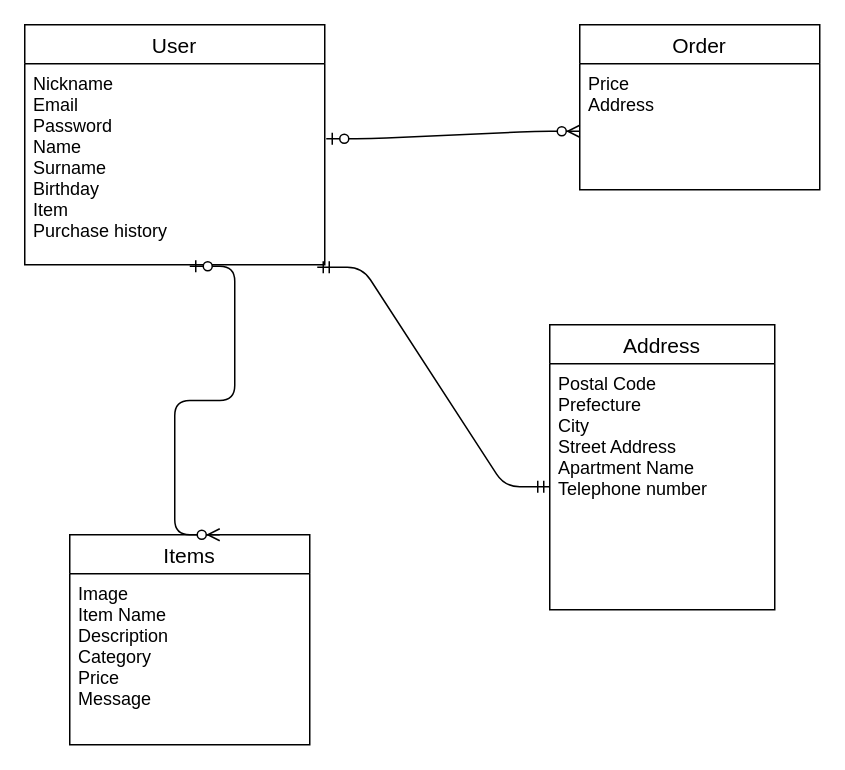
The draw.io diagram test.dio in Kenn1476/furima-39704, before the edit. Source tidied: cells renumbered, new cells numbered last; positions are measured from the earlier drawing's top-left corner, leaving out a move shared by most shapes. Both pictures are drawn from the tidied source at 150%, with x=0, y=0 at pixel (24, 24).
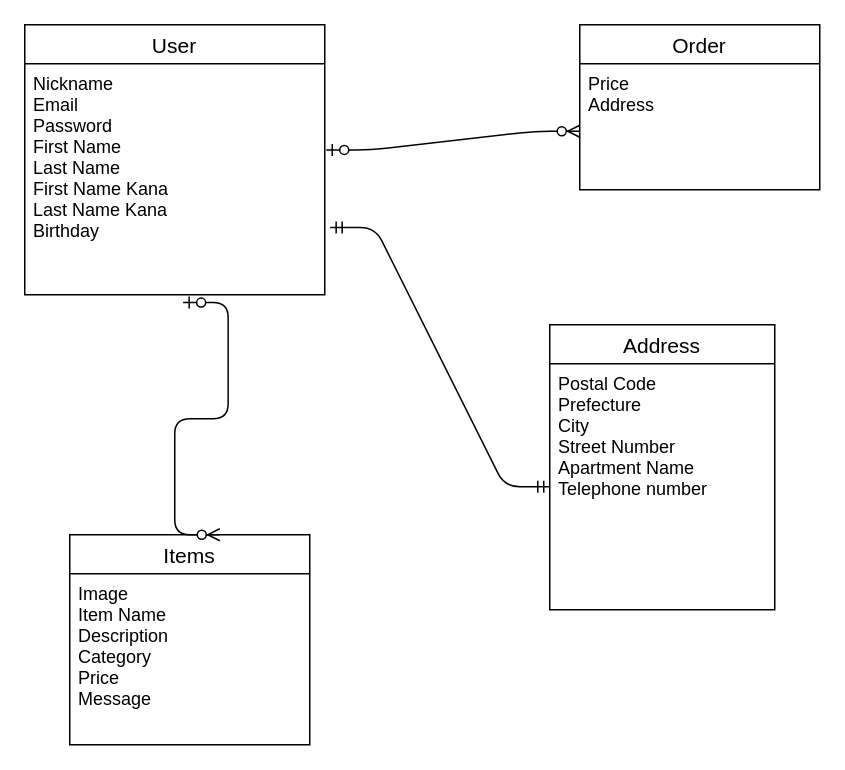
The same diagram, later.

Commit message (it also covers changes not shown here):
Commit データベース

Diff of the diagram source:
```diff
@@
 <mxGraphModel>
   <root>
     <mxCell id="0" />
     <mxCell id="1" parent="0" />
     <mxCell id="2" value="User" style="swimlane;fontStyle=0;horizontal=1;startSize=26;align=center;fontSize=14;" parent="1" vertex="1">
-      <mxGeometry width="200" height="160" as="geometry" />
+      <mxGeometry width="200" height="180" as="geometry" />
     </mxCell>
-    <mxCell id="3" value="Nickname&#10;Email&#10;Password&#10;Name&#10;Surname&#10;Birthday&#10;Item&#10;Purchase history&#10;" style="text;strokeColor=none;fillColor=none;spacingLeft=4;spacingRight=4;overflow=hidden;points=[[0,0.5],[1,0.5]];portConstraint=eastwest;fontSize=12;" parent="2" vertex="1">
-      <mxGeometry y="26" width="200" height="134" as="geometry" />
+    <mxCell id="3" value="Nickname&#10;Email&#10;Password&#10;First Name&#10;Last Name&#10;First Name Kana&#10;Last Name Kana&#10;Birthday" style="text;strokeColor=none;fillColor=none;spacingLeft=4;spacingRight=4;overflow=hidden;points=[[0,0.5],[1,0.5]];portConstraint=eastwest;fontSize=12;" parent="2" vertex="1">
+      <mxGeometry y="26" width="200" height="154" as="geometry" />
     </mxCell>
     <mxCell id="4" value="Order" style="swimlane;fontStyle=0;horizontal=1;startSize=26;align=center;fontSize=14;" parent="1" vertex="1">
       <mxGeometry x="370" width="160" height="110" as="geometry" />
     </mxCell>
     <mxCell id="5" value="Price&#10;Address" style="text;strokeColor=none;fillColor=none;spacingLeft=4;spacingRight=4;overflow=hidden;fontSize=12;" parent="4" vertex="1">
       <mxGeometry y="26" width="160" height="84" as="geometry" />
     </mxCell>
     <mxCell id="6" value="Items" style="swimlane;fontStyle=0;horizontal=1;startSize=26;align=center;fontSize=14;" parent="1" vertex="1">
       <mxGeometry x="30" y="340" width="160" height="140" as="geometry" />
     </mxCell>
-    <mxCell id="7" style="edgeStyle=entityRelationEdgeStyle;fontSize=12;html=1;endArrow=ERzeroToMany;startArrow=ERzeroToOne;" parent="6" edge="1">
+    <mxCell id="7" style="edgeStyle=entityRelationEdgeStyle;fontSize=12;html=1;endArrow=ERzeroToMany;startArrow=ERzeroToOne;exitX=0.528;exitY=1.034;exitDx=0;exitDy=0;exitPerimeter=0;" parent="6" edge="1" source="3">
       <mxGeometry relative="1" as="geometry">
-        <mxPoint x="80" y="-179" as="sourcePoint" />
         <mxPoint x="100" as="targetPoint" />
       </mxGeometry>
     </mxCell>
     <mxCell id="8" value="Image&#10;Item Name&#10;Description&#10;Category&#10;Price&#10;Message&#10;" style="text;strokeColor=none;fillColor=none;spacingLeft=4;spacingRight=4;overflow=hidden;fontSize=12;" parent="6" vertex="1">
       <mxGeometry y="26" width="160" height="114" as="geometry" />
     </mxCell>
     <mxCell id="9" value="Address" style="swimlane;fontStyle=0;horizontal=1;startSize=26;align=center;fontSize=14;" parent="1" vertex="1">
       <mxGeometry x="350" y="200" width="150" height="190" as="geometry" />
     </mxCell>
-    <mxCell id="10" value="Postal Code&#10;Prefecture&#10;City&#10;Street Address&#10;Apartment Name&#10;Telephone number" style="text;strokeColor=none;fillColor=none;spacingLeft=4;spacingRight=4;overflow=hidden;points=[[0,0.5],[1,0.5]];portConstraint=eastwest;fontSize=12;" parent="9" vertex="1">
+    <mxCell id="10" value="Postal Code&#10;Prefecture&#10;City&#10;Street Number&#10;Apartment Name&#10;Telephone number" style="text;strokeColor=none;fillColor=none;spacingLeft=4;spacingRight=4;overflow=hidden;points=[[0,0.5],[1,0.5]];portConstraint=eastwest;fontSize=12;" parent="9" vertex="1">
       <mxGeometry y="26" width="150" height="164" as="geometry" />
     </mxCell>
     <mxCell id="11" style="edgeStyle=entityRelationEdgeStyle;fontSize=12;html=1;endArrow=ERzeroToMany;startArrow=ERzeroToOne;exitX=1.005;exitY=0.373;exitDx=0;exitDy=0;exitPerimeter=0;entryX=0;entryY=0.5;entryDx=0;entryDy=0;jumpSize=13;" parent="1" edge="1" source="3">
       <mxGeometry relative="1" as="geometry">
         <mxPoint x="370" y="71" as="targetPoint" />
       </mxGeometry>
     </mxCell>
-    <mxCell id="12" style="edgeStyle=entityRelationEdgeStyle;fontSize=12;html=1;endArrow=ERmandOne;startArrow=ERmandOne;entryX=0.975;entryY=1.012;entryDx=0;entryDy=0;entryPerimeter=0;" parent="1" edge="1" source="10" target="3">
+    <mxCell id="12" style="edgeStyle=entityRelationEdgeStyle;fontSize=12;html=1;endArrow=ERmandOne;startArrow=ERmandOne;entryX=1.018;entryY=0.709;entryDx=0;entryDy=0;entryPerimeter=0;" parent="1" edge="1" source="10" target="3">
       <mxGeometry relative="1" as="geometry" />
     </mxCell>
   </root>
 </mxGraphModel>
```
